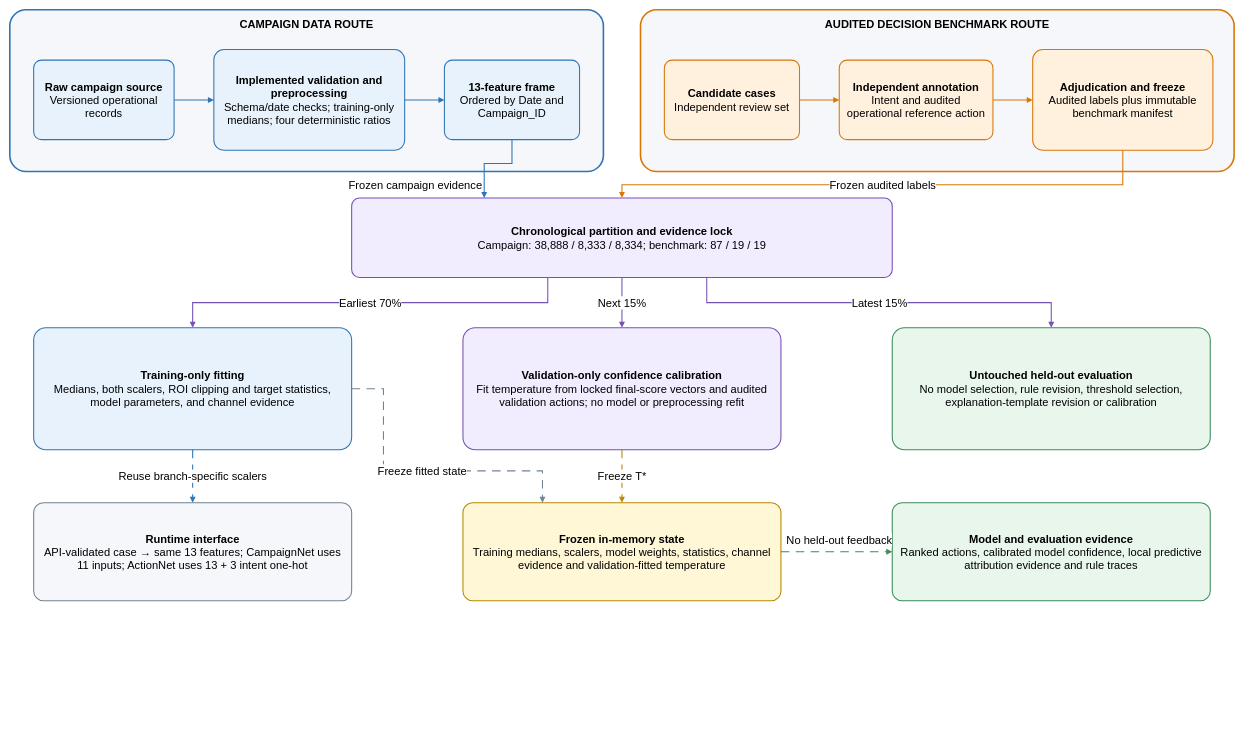
Earlier version of the draw.io diagram docs/chapter4_figures/Figure_4_2_Data_Annotation_Evidence_Pipeline_Guidance_Revised.drawio (j1ngy0ng/FYP-Desicion-Support-System). Source tidied: cells renumbered, new cells numbered last; positions are measured from the earlier drawing's top-left corner, leaving out a move shared by most shapes. Both pictures are drawn from the tidied source at 53%, with x=0, y=0 at pixel (10, 10).
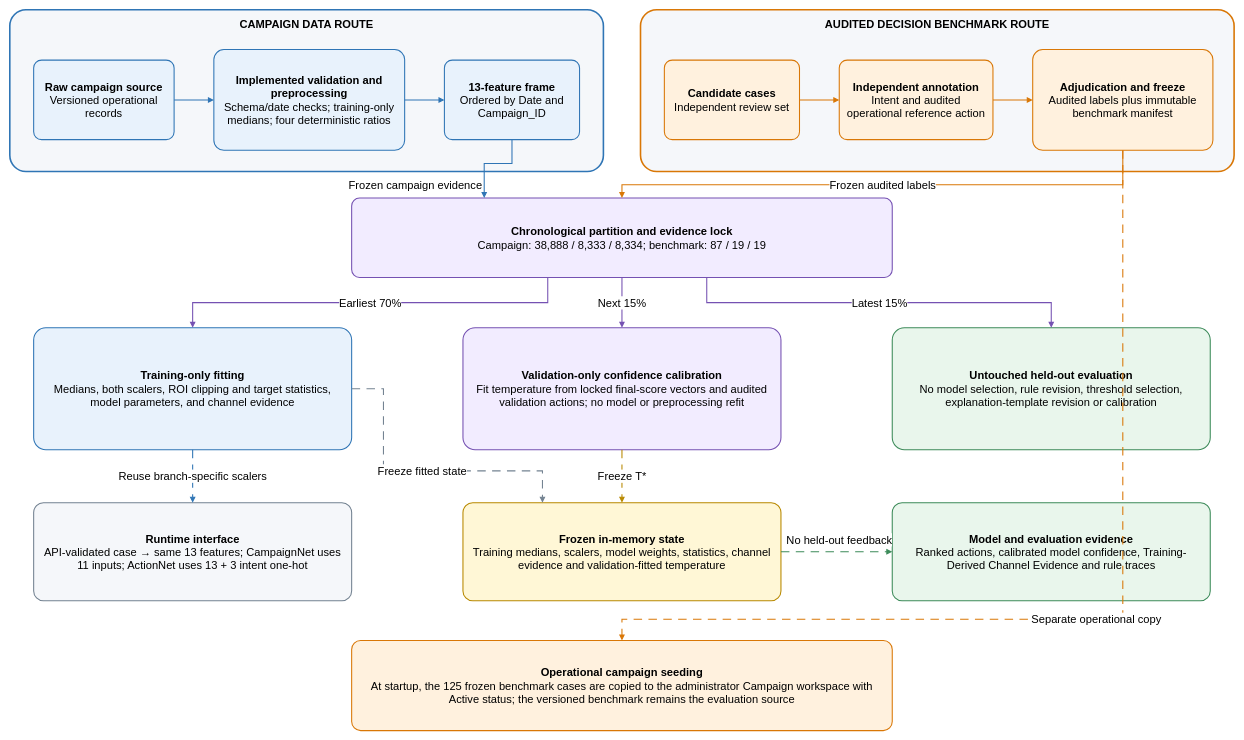
Above is the later version.

The change refers to these unchanged cells:
```xml
<mxCell id="9" value="&lt;b&gt;Adjudication and freeze&lt;/b&gt;&lt;br&gt;Audited labels plus immutable benchmark manifest" style="rounded=1;arcSize=10;whiteSpace=wrap;html=1;align=center;verticalAlign=middle;spacing=10;fontFamily=Arial;fontSize=21;fillColor=#FFF1DE;strokeColor=#D97706;strokeWidth=2;" parent="1" vertex="1">
  <mxGeometry x="1930" y="75" width="340" height="190" as="geometry" />
</mxCell>
```

Diff of the diagram source:
```diff
@@
-    <mxCell id="16" value="&lt;b&gt;Model and evaluation evidence&lt;/b&gt;&lt;br&gt;Ranked actions, calibrated model confidence, local predictive attribution evidence and rule traces" style="rounded=1;arcSize=10;whiteSpace=wrap;html=1;align=center;verticalAlign=middle;spacing=10;fontFamily=Arial;fontSize=21;fillColor=#E9F6EC;strokeColor=#3D8B5A;strokeWidth=2;" parent="1" vertex="1">
+    <mxCell id="16" value="&lt;b&gt;Model and evaluation evidence&lt;/b&gt;&lt;br&gt;Ranked actions, calibrated model confidence, Training-Derived Channel Evidence and rule traces" style="rounded=1;arcSize=10;whiteSpace=wrap;html=1;align=center;verticalAlign=middle;spacing=10;fontFamily=Arial;fontSize=21;fillColor=#E9F6EC;strokeColor=#3D8B5A;strokeWidth=2;" parent="1" vertex="1">
       <mxGeometry x="1665" y="930" width="600" height="185" as="geometry" />
     </mxCell>
+    <mxCell id="30" value="&lt;b&gt;Operational campaign seeding&lt;/b&gt;&lt;br&gt;At startup, the 125 frozen benchmark cases are copied to the administrator Campaign workspace with Active status; the versioned benchmark remains the evaluation source" style="rounded=1;arcSize=10;whiteSpace=wrap;html=1;align=center;verticalAlign=middle;spacing=10;fontFamily=Arial;fontSize=21;fillColor=#FFF1DE;strokeColor=#D97706;strokeWidth=2;" parent="1" vertex="1">
+      <mxGeometry x="645" y="1190" width="1020" height="170" as="geometry" />
+    </mxCell>
@@
+    <mxCell id="31" value="Separate operational copy" style="edgeStyle=orthogonalEdgeStyle;rounded=0;jettySize=auto;html=1;endArrow=block;endFill=1;strokeWidth=2;strokeColor=#D97706;fontFamily=Arial;fontSize=21;labelBackgroundColor=#FFFFFF;dashed=1;dashPattern=8 6;entryX=0.5;entryY=0;entryDx=0;entryDy=0;exitX=0.5;exitY=1;exitDx=0;exitDy=0;" parent="1" edge="1" source="9" target="30">
+      <mxGeometry relative="1" as="geometry">
+        <Array as="points">
+          <mxPoint x="2100" y="1150" />
+          <mxPoint x="1155" y="1150" />
+        </Array>
+      </mxGeometry>
+    </mxCell>
```
